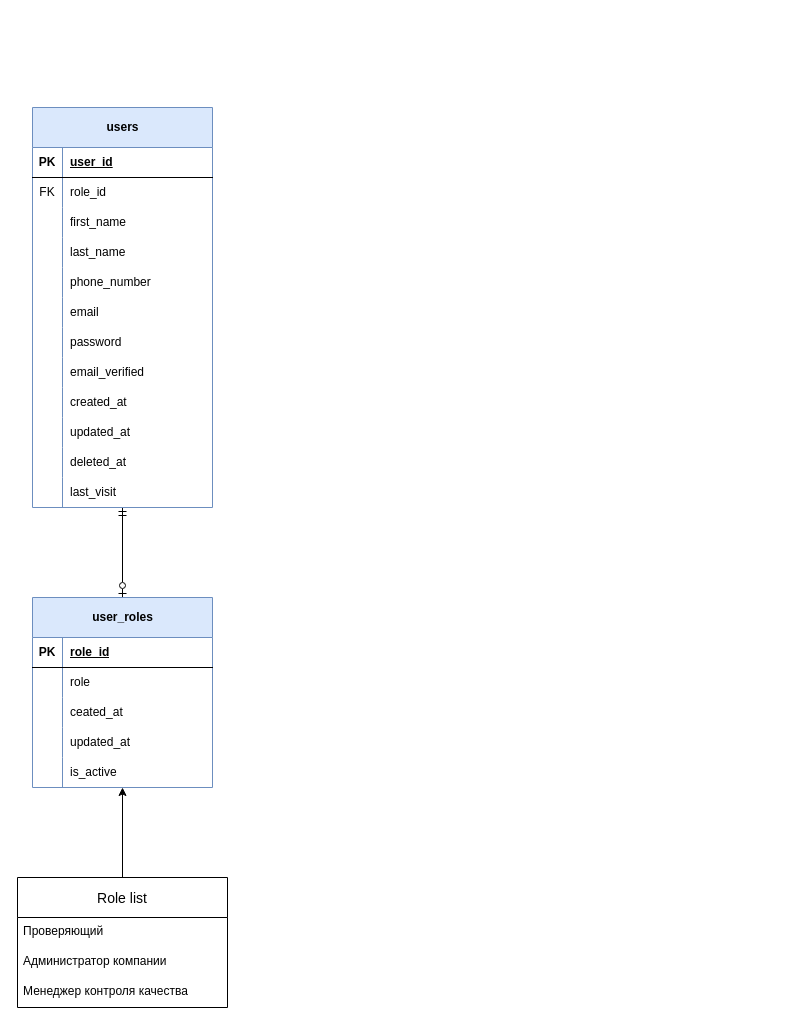
The draw.io diagram db-schema.drawio in kuznetsovsky/stealth-check-api, before the edit. Source tidied: cells renumbered, new cells numbered last; positions are measured from the earlier drawing's top-left corner, leaving out a move shared by most shapes. Both pictures are drawn from the tidied source at 100%, with x=0, y=0 at pixel (17, 107).
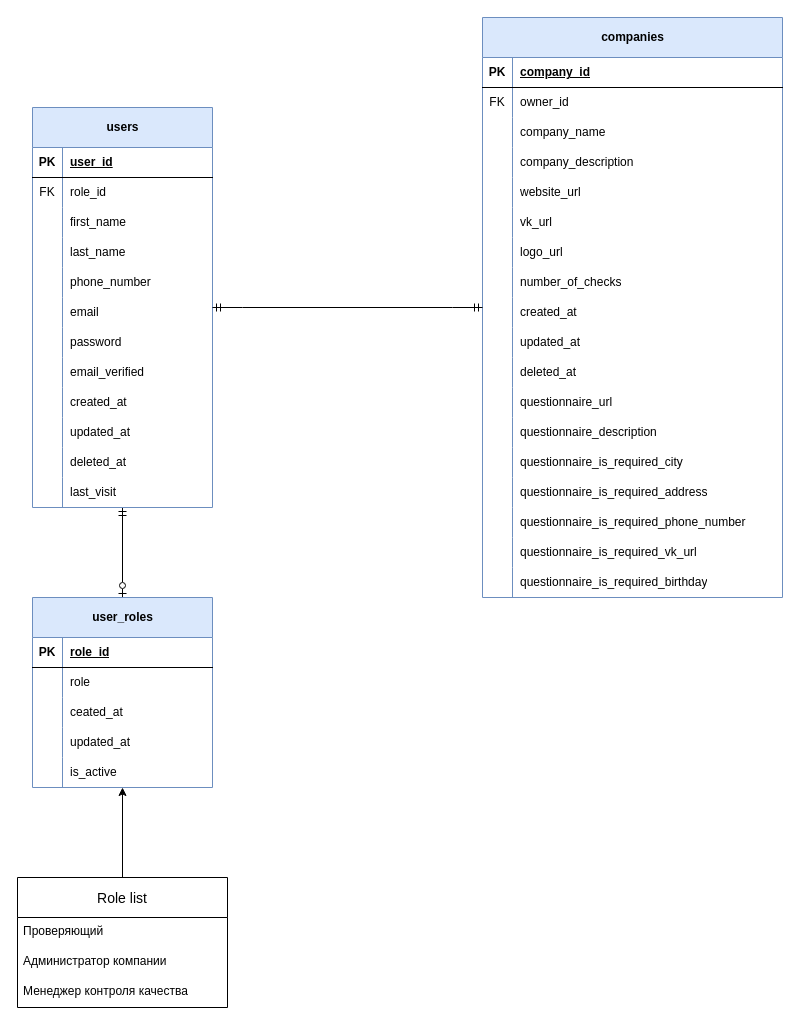
Above is the later version.

Commit message:
chore: create companies table schema

Unchanged cells that the change refers to:
```xml
<mxCell id="3" value="users" style="shape=table;startSize=40;childLayout=tableLayout;rowLines=0;fontStyle=1;align=center;html=1;fillColor=#dae8fc;strokeColor=#6c8ebf;" parent="1" vertex="1">
  <mxGeometry x="15" width="180" height="400" as="geometry" />
</mxCell>
```

What changed in the source:
```diff
@@
+    <mxCell id="61" value="companies" style="shape=table;startSize=40;childLayout=tableLayout;rowLines=0;fontStyle=1;align=center;html=1;fillColor=#dae8fc;strokeColor=#6c8ebf;" parent="1" vertex="1">
+      <mxGeometry x="465" y="-90" width="300" height="580" as="geometry" />
+    </mxCell>
+    <mxCell id="62" style="shape=tableRow;horizontal=0;startSize=0;swimlaneHead=0;swimlaneBody=0;fillColor=none;top=0;left=0;right=0;bottom=1;" parent="61" vertex="1">
+      <mxGeometry y="40" width="300" height="30" as="geometry" />
+    </mxCell>
+    <mxCell id="63" value="PK" style="shape=partialRectangle;fillColor=none;top=0;left=0;bottom=0;right=0;fontStyle=1;overflow=hidden;whiteSpace=wrap;html=1;" parent="62" vertex="1">
+      <mxGeometry width="30" height="30" as="geometry" />
+    </mxCell>
+    <mxCell id="64" value="company_id" style="shape=partialRectangle;fillColor=none;top=0;left=0;bottom=0;right=0;align=left;spacingLeft=6;fontStyle=5;overflow=hidden;whiteSpace=wrap;html=1;" parent="62" vertex="1">
+      <mxGeometry x="30" width="270" height="30" as="geometry" />
+    </mxCell>
+    <mxCell id="65" style="shape=tableRow;horizontal=0;startSize=0;swimlaneHead=0;swimlaneBody=0;fillColor=none;top=0;left=0;right=0;bottom=0;" parent="61" vertex="1">
+      <mxGeometry y="70" width="300" height="30" as="geometry" />
+    </mxCell>
+    <mxCell id="66" value="FK" style="shape=partialRectangle;fillColor=none;top=0;left=0;bottom=0;right=0;overflow=hidden;whiteSpace=wrap;html=1;" parent="65" vertex="1">
+      <mxGeometry width="30" height="30" as="geometry" />
+    </mxCell>
+    <mxCell id="67" value="owner_id" style="shape=partialRectangle;fillColor=none;top=0;left=0;bottom=0;right=0;align=left;spacingLeft=6;overflow=hidden;whiteSpace=wrap;html=1;" parent="65" vertex="1">
+      <mxGeometry x="30" width="270" height="30" as="geometry" />
+    </mxCell>
+    <mxCell id="68" style="shape=tableRow;horizontal=0;startSize=0;swimlaneHead=0;swimlaneBody=0;fillColor=none;top=0;left=0;right=0;bottom=0;" parent="61" vertex="1">
+      <mxGeometry y="100" width="300" height="30" as="geometry" />
+    </mxCell>
+    <mxCell id="69" style="shape=partialRectangle;fillColor=none;top=0;left=0;bottom=0;right=0;overflow=hidden;whiteSpace=wrap;html=1;" parent="68" vertex="1">
+      <mxGeometry width="30" height="30" as="geometry" />
+    </mxCell>
+    <mxCell id="70" value="company_name" style="shape=partialRectangle;fillColor=none;top=0;left=0;bottom=0;right=0;align=left;spacingLeft=6;overflow=hidden;whiteSpace=wrap;html=1;" parent="68" vertex="1">
+      <mxGeometry x="30" width="270" height="30" as="geometry" />
+    </mxCell>
+    <mxCell id="71" style="shape=tableRow;horizontal=0;startSize=0;swimlaneHead=0;swimlaneBody=0;fillColor=none;top=0;left=0;right=0;bottom=0;" parent="61" vertex="1">
+      <mxGeometry y="130" width="300" height="30" as="geometry" />
+    </mxCell>
+    <mxCell id="72" style="shape=partialRectangle;fillColor=none;top=0;left=0;bottom=0;right=0;overflow=hidden;whiteSpace=wrap;html=1;" parent="71" vertex="1">
+      <mxGeometry width="30" height="30" as="geometry" />
+    </mxCell>
+    <mxCell id="73" value="company_description" style="shape=partialRectangle;fillColor=none;top=0;left=0;bottom=0;right=0;align=left;spacingLeft=6;overflow=hidden;whiteSpace=wrap;html=1;" parent="71" vertex="1">
+      <mxGeometry x="30" width="270" height="30" as="geometry" />
+    </mxCell>
+    <mxCell id="74" style="shape=tableRow;horizontal=0;startSize=0;swimlaneHead=0;swimlaneBody=0;fillColor=none;top=0;left=0;right=0;bottom=0;" parent="61" vertex="1">
+      <mxGeometry y="160" width="300" height="30" as="geometry" />
+    </mxCell>
+    <mxCell id="75" style="shape=partialRectangle;fillColor=none;top=0;left=0;bottom=0;right=0;overflow=hidden;whiteSpace=wrap;html=1;" parent="74" vertex="1">
+      <mxGeometry width="30" height="30" as="geometry" />
+    </mxCell>
+    <mxCell id="76" value="website_url" style="shape=partialRectangle;fillColor=none;top=0;left=0;bottom=0;right=0;align=left;spacingLeft=6;overflow=hidden;whiteSpace=wrap;html=1;" parent="74" vertex="1">
+      <mxGeometry x="30" width="270" height="30" as="geometry" />
+    </mxCell>
+    <mxCell id="77" style="shape=tableRow;horizontal=0;startSize=0;swimlaneHead=0;swimlaneBody=0;fillColor=none;top=0;left=0;right=0;bottom=0;" parent="61" vertex="1">
+      <mxGeometry y="190" width="300" height="30" as="geometry" />
+    </mxCell>
+    <mxCell id="78" style="shape=partialRectangle;fillColor=none;top=0;left=0;bottom=0;right=0;overflow=hidden;whiteSpace=wrap;html=1;" parent="77" vertex="1">
+      <mxGeometry width="30" height="30" as="geometry" />
+    </mxCell>
+    <mxCell id="79" value="vk_url" style="shape=partialRectangle;fillColor=none;top=0;left=0;bottom=0;right=0;align=left;spacingLeft=6;overflow=hidden;whiteSpace=wrap;html=1;" parent="77" vertex="1">
+      <mxGeometry x="30" width="270" height="30" as="geometry" />
+    </mxCell>
+    <mxCell id="80" style="shape=tableRow;horizontal=0;startSize=0;swimlaneHead=0;swimlaneBody=0;fillColor=none;top=0;left=0;right=0;bottom=0;" parent="61" vertex="1">
+      <mxGeometry y="220" width="300" height="30" as="geometry" />
+    </mxCell>
+    <mxCell id="81" style="shape=partialRectangle;fillColor=none;top=0;left=0;bottom=0;right=0;overflow=hidden;whiteSpace=wrap;html=1;" parent="80" vertex="1">
+      <mxGeometry width="30" height="30" as="geometry" />
+    </mxCell>
+    <mxCell id="82" value="logo_url" style="shape=partialRectangle;fillColor=none;top=0;left=0;bottom=0;right=0;align=left;spacingLeft=6;overflow=hidden;whiteSpace=wrap;html=1;" parent="80" vertex="1">
+      <mxGeometry x="30" width="270" height="30" as="geometry" />
+    </mxCell>
+    <mxCell id="83" style="shape=tableRow;horizontal=0;startSize=0;swimlaneHead=0;swimlaneBody=0;fillColor=none;top=0;left=0;right=0;bottom=0;" parent="61" vertex="1">
+      <mxGeometry y="250" width="300" height="30" as="geometry" />
+    </mxCell>
+    <mxCell id="84" style="shape=partialRectangle;fillColor=none;top=0;left=0;bottom=0;right=0;overflow=hidden;whiteSpace=wrap;html=1;" parent="83" vertex="1">
+      <mxGeometry width="30" height="30" as="geometry" />
+    </mxCell>
+    <mxCell id="85" value="number_of_checks" style="shape=partialRectangle;fillColor=none;top=0;left=0;bottom=0;right=0;align=left;spacingLeft=6;overflow=hidden;whiteSpace=wrap;html=1;" parent="83" vertex="1">
+      <mxGeometry x="30" width="270" height="30" as="geometry" />
+    </mxCell>
+    <mxCell id="86" style="shape=tableRow;horizontal=0;startSize=0;swimlaneHead=0;swimlaneBody=0;fillColor=none;top=0;left=0;right=0;bottom=0;" parent="61" vertex="1">
+      <mxGeometry y="280" width="300" height="30" as="geometry" />
+    </mxCell>
+    <mxCell id="87" style="shape=partialRectangle;fillColor=none;top=0;left=0;bottom=0;right=0;overflow=hidden;whiteSpace=wrap;html=1;" parent="86" vertex="1">
+      <mxGeometry width="30" height="30" as="geometry" />
+    </mxCell>
+    <mxCell id="88" value="created_at" style="shape=partialRectangle;fillColor=none;top=0;left=0;bottom=0;right=0;align=left;spacingLeft=6;overflow=hidden;whiteSpace=wrap;html=1;" parent="86" vertex="1">
+      <mxGeometry x="30" width="270" height="30" as="geometry" />
+    </mxCell>
+    <mxCell id="89" style="shape=tableRow;horizontal=0;startSize=0;swimlaneHead=0;swimlaneBody=0;fillColor=none;top=0;left=0;right=0;bottom=0;" parent="61" vertex="1">
+      <mxGeometry y="310" width="300" height="30" as="geometry" />
+    </mxCell>
+    <mxCell id="90" style="shape=partialRectangle;fillColor=none;top=0;left=0;bottom=0;right=0;overflow=hidden;whiteSpace=wrap;html=1;" parent="89" vertex="1">
+      <mxGeometry width="30" height="30" as="geometry" />
+    </mxCell>
+    <mxCell id="91" value="updated_at" style="shape=partialRectangle;fillColor=none;top=0;left=0;bottom=0;right=0;align=left;spacingLeft=6;overflow=hidden;whiteSpace=wrap;html=1;" parent="89" vertex="1">
+      <mxGeometry x="30" width="270" height="30" as="geometry" />
+    </mxCell>
+    <mxCell id="92" style="shape=tableRow;horizontal=0;startSize=0;swimlaneHead=0;swimlaneBody=0;fillColor=none;top=0;left=0;right=0;bottom=0;" parent="61" vertex="1">
+      <mxGeometry y="340" width="300" height="30" as="geometry" />
+    </mxCell>
+    <mxCell id="93" style="shape=partialRectangle;fillColor=none;top=0;left=0;bottom=0;right=0;overflow=hidden;whiteSpace=wrap;html=1;" parent="92" vertex="1">
+      <mxGeometry width="30" height="30" as="geometry" />
+    </mxCell>
+    <mxCell id="94" value="deleted_at" style="shape=partialRectangle;fillColor=none;top=0;left=0;bottom=0;right=0;align=left;spacingLeft=6;overflow=hidden;whiteSpace=wrap;html=1;" parent="92" vertex="1">
+      <mxGeometry x="30" width="270" height="30" as="geometry" />
+    </mxCell>
+    <mxCell id="95" style="shape=tableRow;horizontal=0;startSize=0;swimlaneHead=0;swimlaneBody=0;fillColor=none;top=0;left=0;right=0;bottom=0;" parent="61" vertex="1">
+      <mxGeometry y="370" width="300" height="30" as="geometry" />
+    </mxCell>
+    <mxCell id="96" style="shape=partialRectangle;fillColor=none;top=0;left=0;bottom=0;right=0;overflow=hidden;whiteSpace=wrap;html=1;" parent="95" vertex="1">
+      <mxGeometry width="30" height="30" as="geometry" />
+    </mxCell>
+    <mxCell id="97" value="questionnaire_url" style="shape=partialRectangle;fillColor=none;top=0;left=0;bottom=0;right=0;align=left;spacingLeft=6;overflow=hidden;whiteSpace=wrap;html=1;" parent="95" vertex="1">
+      <mxGeometry x="30" width="270" height="30" as="geometry" />
+    </mxCell>
+    <mxCell id="98" style="shape=tableRow;horizontal=0;startSize=0;swimlaneHead=0;swimlaneBody=0;fillColor=none;top=0;left=0;right=0;bottom=0;" parent="61" vertex="1">
+      <mxGeometry y="400" width="300" height="30" as="geometry" />
+    </mxCell>
+    <mxCell id="99" style="shape=partialRectangle;fillColor=none;top=0;left=0;bottom=0;right=0;overflow=hidden;whiteSpace=wrap;html=1;" parent="98" vertex="1">
+      <mxGeometry width="30" height="30" as="geometry" />
+    </mxCell>
+    <mxCell id="100" value="questionnaire_description" style="shape=partialRectangle;fillColor=none;top=0;left=0;bottom=0;right=0;align=left;spacingLeft=6;overflow=hidden;whiteSpace=wrap;html=1;" parent="98" vertex="1">
+      <mxGeometry x="30" width="270" height="30" as="geometry" />
+    </mxCell>
+    <mxCell id="101" style="shape=tableRow;horizontal=0;startSize=0;swimlaneHead=0;swimlaneBody=0;fillColor=none;top=0;left=0;right=0;bottom=0;" parent="61" vertex="1">
+      <mxGeometry y="430" width="300" height="30" as="geometry" />
+    </mxCell>
+    <mxCell id="102" style="shape=partialRectangle;fillColor=none;top=0;left=0;bottom=0;right=0;overflow=hidden;whiteSpace=wrap;html=1;" parent="101" vertex="1">
+      <mxGeometry width="30" height="30" as="geometry" />
+    </mxCell>
+    <mxCell id="103" value="questionnaire_is_required_city" style="shape=partialRectangle;fillColor=none;top=0;left=0;bottom=0;right=0;align=left;spacingLeft=6;overflow=hidden;whiteSpace=wrap;html=1;" parent="101" vertex="1">
+      <mxGeometry x="30" width="270" height="30" as="geometry" />
+    </mxCell>
+    <mxCell id="104" style="shape=tableRow;horizontal=0;startSize=0;swimlaneHead=0;swimlaneBody=0;fillColor=none;top=0;left=0;right=0;bottom=0;" parent="61" vertex="1">
+      <mxGeometry y="460" width="300" height="30" as="geometry" />
+    </mxCell>
+    <mxCell id="105" style="shape=partialRectangle;fillColor=none;top=0;left=0;bottom=0;right=0;overflow=hidden;whiteSpace=wrap;html=1;" parent="104" vertex="1">
+      <mxGeometry width="30" height="30" as="geometry" />
+    </mxCell>
+    <mxCell id="106" value="questionnaire_is_required_address" style="shape=partialRectangle;fillColor=none;top=0;left=0;bottom=0;right=0;align=left;spacingLeft=6;overflow=hidden;whiteSpace=wrap;html=1;" parent="104" vertex="1">
+      <mxGeometry x="30" width="270" height="30" as="geometry" />
+    </mxCell>
+    <mxCell id="107" style="shape=tableRow;horizontal=0;startSize=0;swimlaneHead=0;swimlaneBody=0;fillColor=none;top=0;left=0;right=0;bottom=0;" parent="61" vertex="1">
+      <mxGeometry y="490" width="300" height="30" as="geometry" />
+    </mxCell>
+    <mxCell id="108" style="shape=partialRectangle;fillColor=none;top=0;left=0;bottom=0;right=0;overflow=hidden;whiteSpace=wrap;html=1;" parent="107" vertex="1">
+      <mxGeometry width="30" height="30" as="geometry" />
+    </mxCell>
+    <mxCell id="109" value="questionnaire_is_required_phone_number" style="shape=partialRectangle;fillColor=none;top=0;left=0;bottom=0;right=0;align=left;spacingLeft=6;overflow=hidden;whiteSpace=wrap;html=1;" parent="107" vertex="1">
+      <mxGeometry x="30" width="270" height="30" as="geometry" />
+    </mxCell>
+    <mxCell id="110" style="shape=tableRow;horizontal=0;startSize=0;swimlaneHead=0;swimlaneBody=0;fillColor=none;top=0;left=0;right=0;bottom=0;" parent="61" vertex="1">
+      <mxGeometry y="520" width="300" height="30" as="geometry" />
+    </mxCell>
+    <mxCell id="111" style="shape=partialRectangle;fillColor=none;top=0;left=0;bottom=0;right=0;overflow=hidden;whiteSpace=wrap;html=1;" parent="110" vertex="1">
+      <mxGeometry width="30" height="30" as="geometry" />
+    </mxCell>
+    <mxCell id="112" value="questionnaire_is_required_vk_url" style="shape=partialRectangle;fillColor=none;top=0;left=0;bottom=0;right=0;align=left;spacingLeft=6;overflow=hidden;whiteSpace=wrap;html=1;" parent="110" vertex="1">
+      <mxGeometry x="30" width="270" height="30" as="geometry" />
+    </mxCell>
+    <mxCell id="113" style="shape=tableRow;horizontal=0;startSize=0;swimlaneHead=0;swimlaneBody=0;fillColor=none;top=0;left=0;right=0;bottom=0;" parent="61" vertex="1">
+      <mxGeometry y="550" width="300" height="30" as="geometry" />
+    </mxCell>
+    <mxCell id="114" style="shape=partialRectangle;fillColor=none;top=0;left=0;bottom=0;right=0;overflow=hidden;whiteSpace=wrap;html=1;" parent="113" vertex="1">
+      <mxGeometry width="30" height="30" as="geometry" />
+    </mxCell>
+    <mxCell id="115" value="questionnaire_is_required_birthday" style="shape=partialRectangle;fillColor=none;top=0;left=0;bottom=0;right=0;align=left;spacingLeft=6;overflow=hidden;whiteSpace=wrap;html=1;" parent="113" vertex="1">
+      <mxGeometry x="30" width="270" height="30" as="geometry" />
+    </mxCell>
+    <mxCell id="116" style="edgeStyle=entityRelationEdgeStyle;fontSize=12;html=1;endArrow=ERmandOne;startArrow=ERmandOne;rounded=0;" parent="1" edge="1" source="3" target="61">
+      <mxGeometry relative="1" as="geometry" />
+    </mxCell>
```
